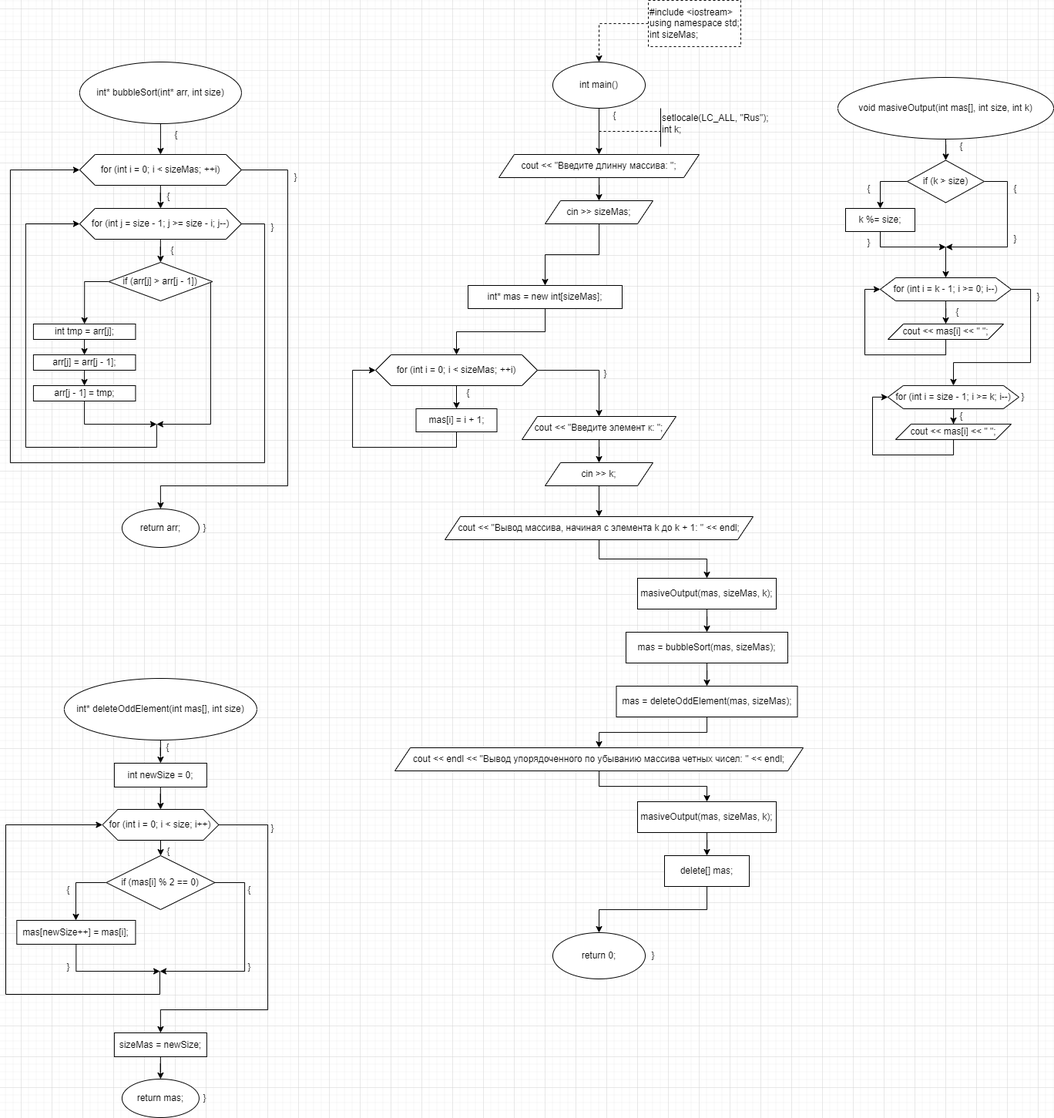
Earlier version of the draw.io export Diagrams/Bloc-scheme.drawio.png (Samurai-lab/Massiv_test_project). Source tidied: cells renumbered, new cells last; positions are measured from the earlier drawing's top-left corner, leaving out a move shared by most shapes.
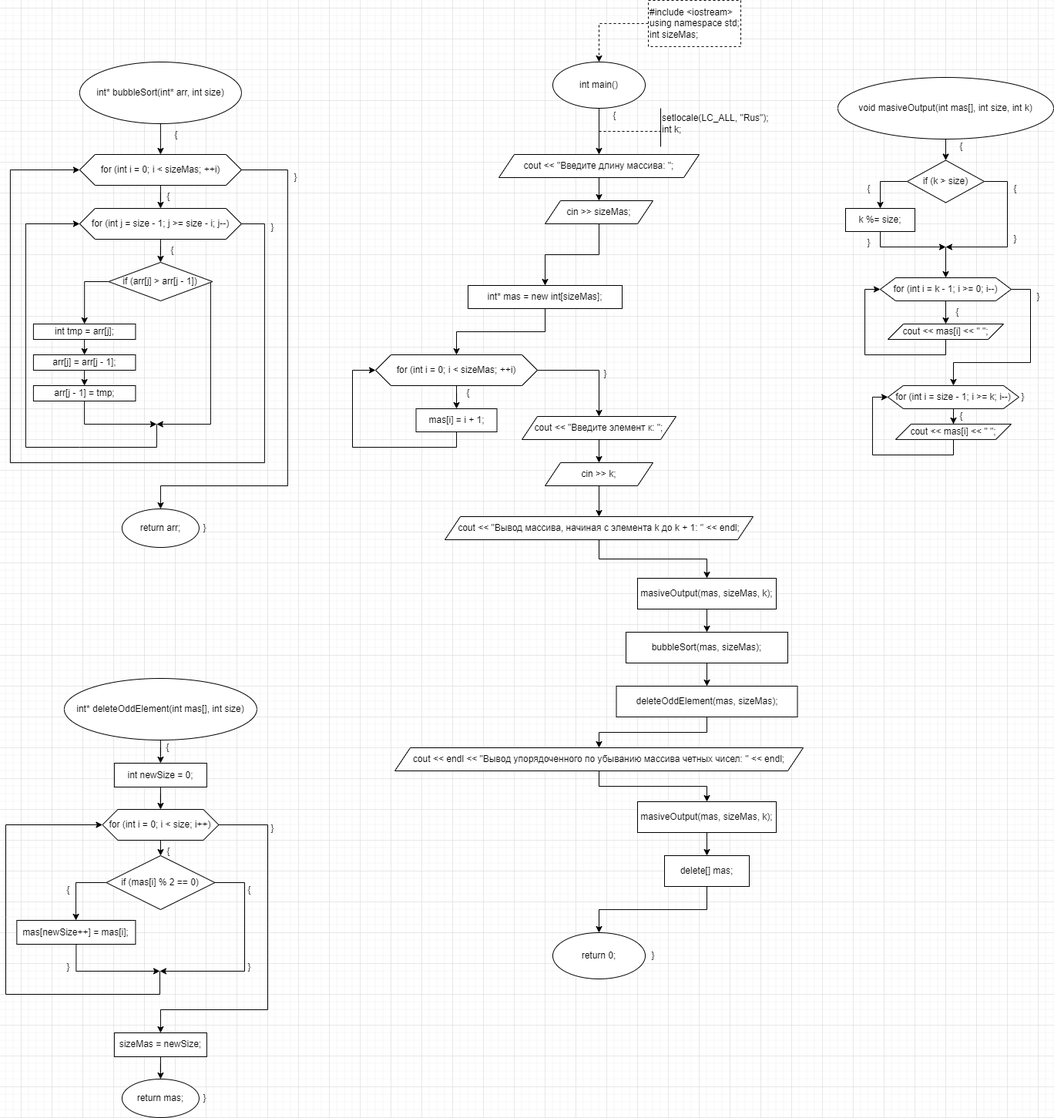
The same diagram one commit later.

Diff of the diagram source:
```diff
@@ -17,7 +17,7 @@
     <mxCell id="6" style="edgeStyle=orthogonalEdgeStyle;rounded=0;jettySize=auto;html=1;entryX=0.5;entryY=0;entryDx=0;entryDy=0;" parent="1" edge="1" source="7" target="9">
       <mxGeometry relative="1" as="geometry" />
     </mxCell>
-    <mxCell id="7" value="cout &amp;lt;&amp;lt; &quot;Введите длинну массива: &quot;;" style="shape=parallelogram;perimeter=parallelogramPerimeter;whiteSpace=wrap;html=1;fixedSize=1;" parent="1" vertex="1">
+    <mxCell id="7" value="cout &amp;lt;&amp;lt; &quot;Введите длину массива: &quot;;" style="shape=parallelogram;perimeter=parallelogramPerimeter;whiteSpace=wrap;html=1;fixedSize=1;" parent="1" vertex="1">
       <mxGeometry x="640" y="200" width="260" height="30" as="geometry" />
     </mxCell>
     <mxCell id="8" style="edgeStyle=orthogonalEdgeStyle;rounded=0;jettySize=auto;html=1;entryX=0.5;entryY=0;entryDx=0;entryDy=0;" parent="1" edge="1" source="9" target="16">
@@ -102,7 +102,7 @@
     <mxCell id="29" style="edgeStyle=orthogonalEdgeStyle;rounded=0;jettySize=auto;html=1;entryX=0.5;entryY=0;entryDx=0;entryDy=0;" parent="1" edge="1" source="30" target="32">
       <mxGeometry relative="1" as="geometry" />
     </mxCell>
-    <mxCell id="30" value="mas = bubbleSort(mas, sizeMas);" style="rounded=0;whiteSpace=wrap;html=1;" parent="1" vertex="1">
+    <mxCell id="30" value="bubbleSort(mas, sizeMas);" style="rounded=0;whiteSpace=wrap;html=1;" parent="1" vertex="1">
       <mxGeometry x="805" y="820" width="210" height="40" as="geometry" />
     </mxCell>
     <mxCell id="31" style="edgeStyle=orthogonalEdgeStyle;rounded=0;jettySize=auto;html=1;entryX=0.5;entryY=0;entryDx=0;entryDy=0;" parent="1" edge="1" source="32" target="34">
@@ -113,7 +113,7 @@
         </Array>
       </mxGeometry>
     </mxCell>
-    <mxCell id="32" value="mas = deleteOddElement(mas, sizeMas);" style="rounded=0;whiteSpace=wrap;html=1;" parent="1" vertex="1">
+    <mxCell id="32" value="deleteOddElement(mas, sizeMas);" style="rounded=0;whiteSpace=wrap;html=1;" parent="1" vertex="1">
       <mxGeometry x="792.5" y="890" width="235" height="40" as="geometry" />
     </mxCell>
     <mxCell id="33" style="edgeStyle=orthogonalEdgeStyle;rounded=0;jettySize=auto;html=1;entryX=0.5;entryY=0;entryDx=0;entryDy=0;" parent="1" edge="1" source="34" target="36">
```
